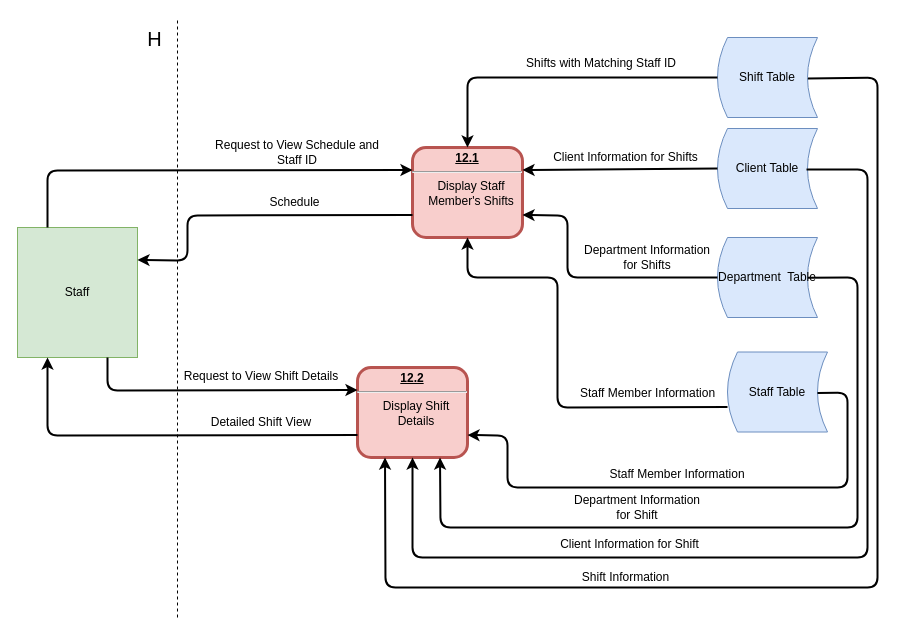
Harlento/SchedulingSystem keeps this draw.io diagram as page "12: View Shifts" (13 of 20) of Diagrams/DFD/Level 1 DFDs.drawio. Above is the earlier version. Source tidied: cells renumbered, new cells numbered last; positions are measured from the earlier drawing's top-left corner, leaving out a move shared by most shapes. Both pictures are drawn from the tidied source at 100%, with x=0, y=0 at pixel (17, 17).
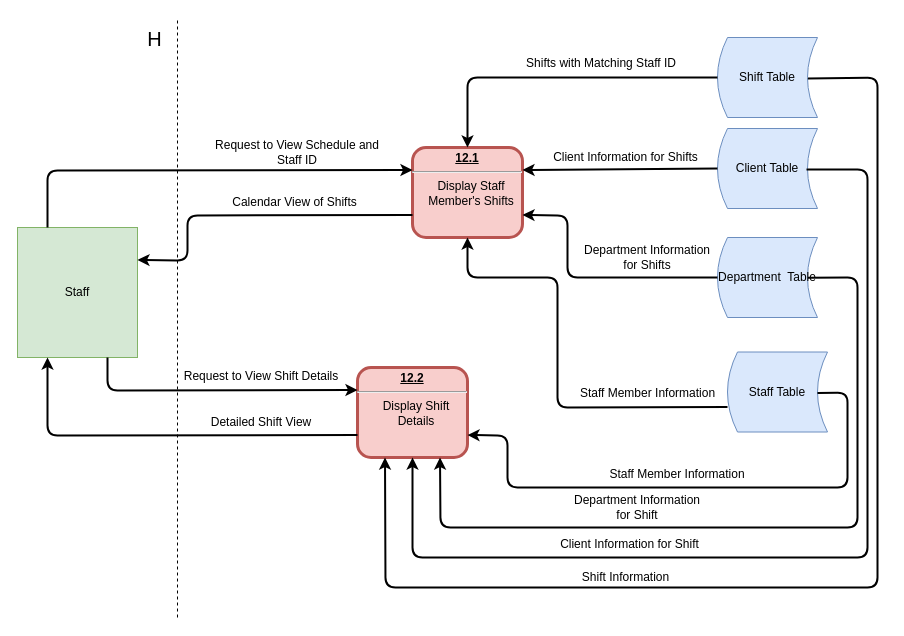
The same page after the edit.

What changed in the source:
```diff
@@
-    <mxCell id="8" value="Schedule" style="text;html=1;strokeColor=none;fillColor=none;align=center;verticalAlign=middle;whiteSpace=wrap;rounded=0;" parent="1" vertex="1">
+    <mxCell id="8" value="Calendar View of Shifts" style="text;html=1;strokeColor=none;fillColor=none;align=center;verticalAlign=middle;whiteSpace=wrap;rounded=0;" parent="1" vertex="1">
       <mxGeometry x="200" y="170" width="155" height="30" as="geometry" />
     </mxCell>
```
